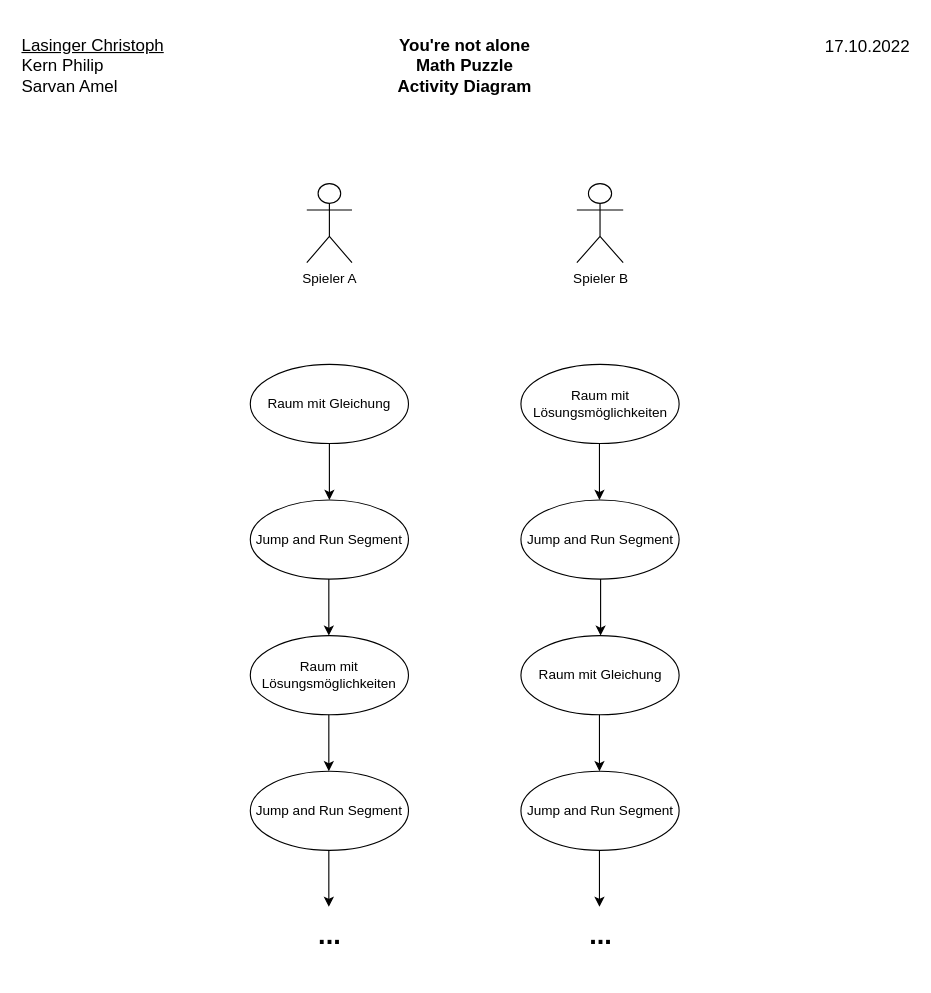
Before: documents/MathPuzzle.drawio in ChristophLasinger/Youre-not-alone, a draw.io diagram. Source tidied: cells renumbered, new cells numbered last; positions are measured from the earlier drawing's top-left corner, leaving out a move shared by most shapes. Both pictures are drawn from the tidied source at 113%, with x=0, y=0 at pixel (19, 19).
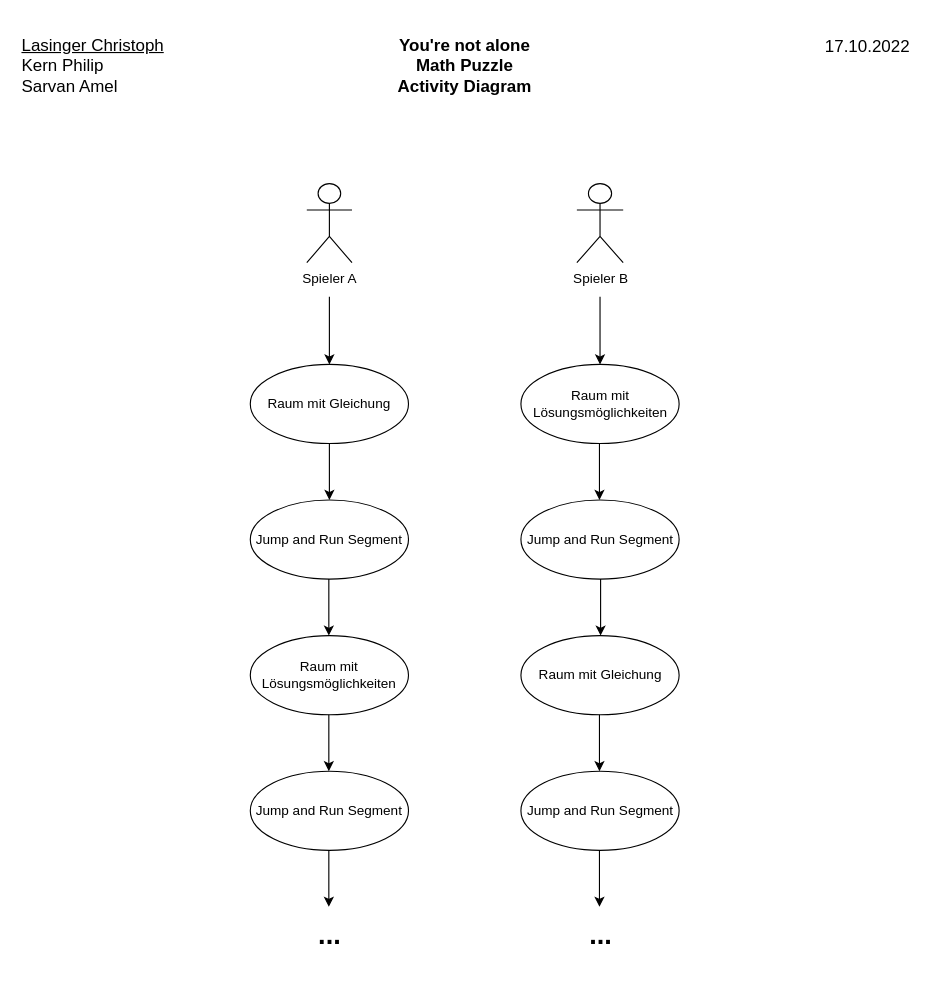
The same diagram, later.

The change refers to these unchanged cells:
```xml
<mxCell id="4" value="Raum mit Gleichung" style="ellipse;whiteSpace=wrap;html=1;" parent="1" vertex="1">
  <mxGeometry x="204" y="305" width="140" height="70" as="geometry" />
</mxCell>
```

Diff of the diagram source:
```diff
@@
+    <mxCell id="25" style="endArrow=classic;html=1;rounded=0;entryX=0.5;entryY=0;entryDx=0;entryDy=0;" parent="1" edge="1" target="4">
+      <mxGeometry relative="1" as="geometry">
+        <mxPoint x="274" y="245" as="sourcePoint" />
+      </mxGeometry>
+    </mxCell>
+    <mxCell id="26" style="endArrow=classic;html=1;rounded=0;entryX=0.5;entryY=0;entryDx=0;entryDy=0;" parent="1" edge="1">
+      <mxGeometry relative="1" as="geometry">
+        <mxPoint x="513.5" y="245" as="sourcePoint" />
+        <mxPoint x="513.5" y="305" as="targetPoint" />
+      </mxGeometry>
+    </mxCell>
```
